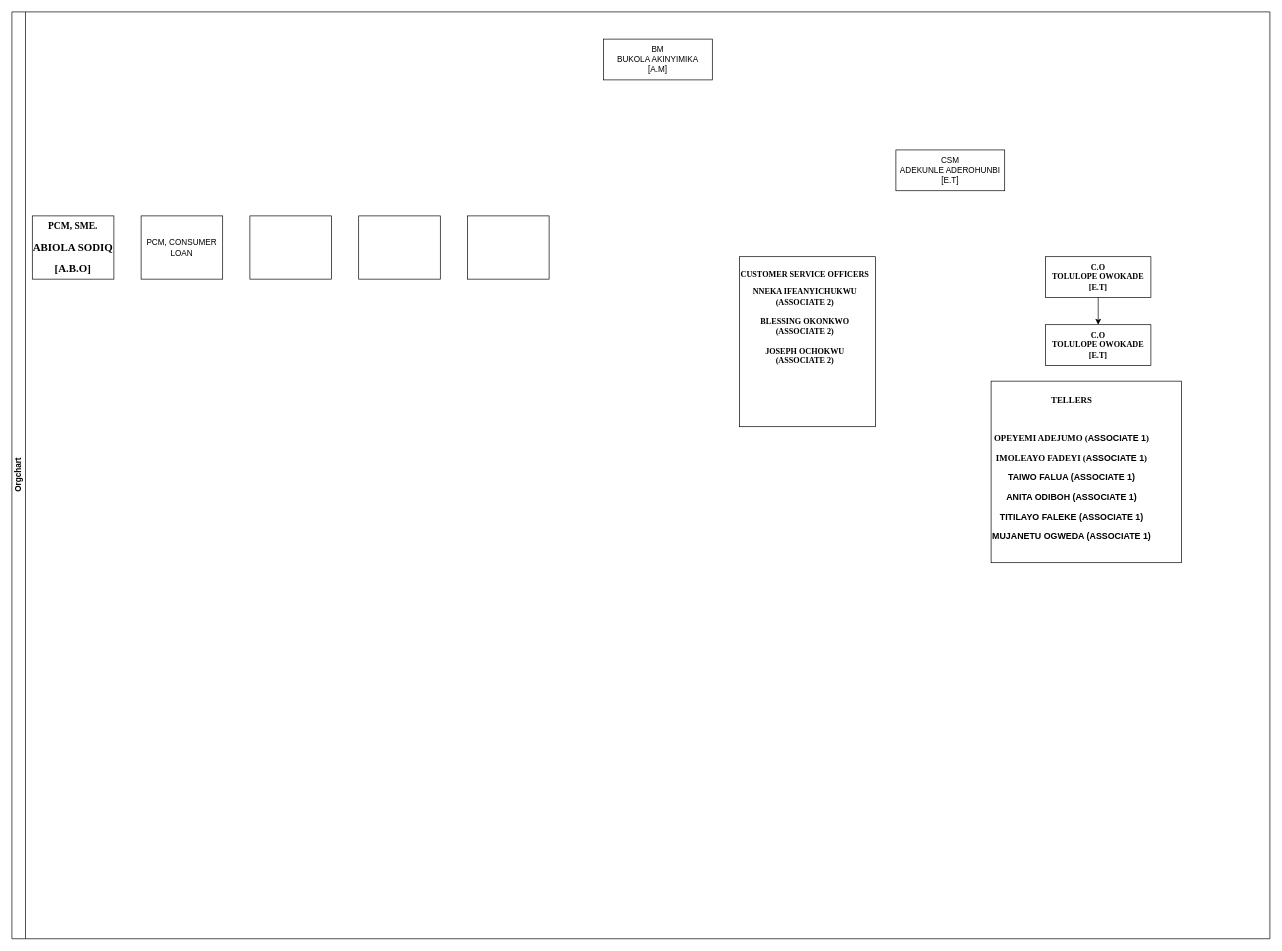
Earlier version of the draw.io diagram Untitled Diagram.drawio (1koder/1koder). Source tidied: cells renumbered, new cells numbered last; positions are measured from the earlier drawing's top-left corner, leaving out a move shared by most shapes. Both pictures are drawn from the tidied source at 68%, with x=0, y=0 at pixel (12, 12).
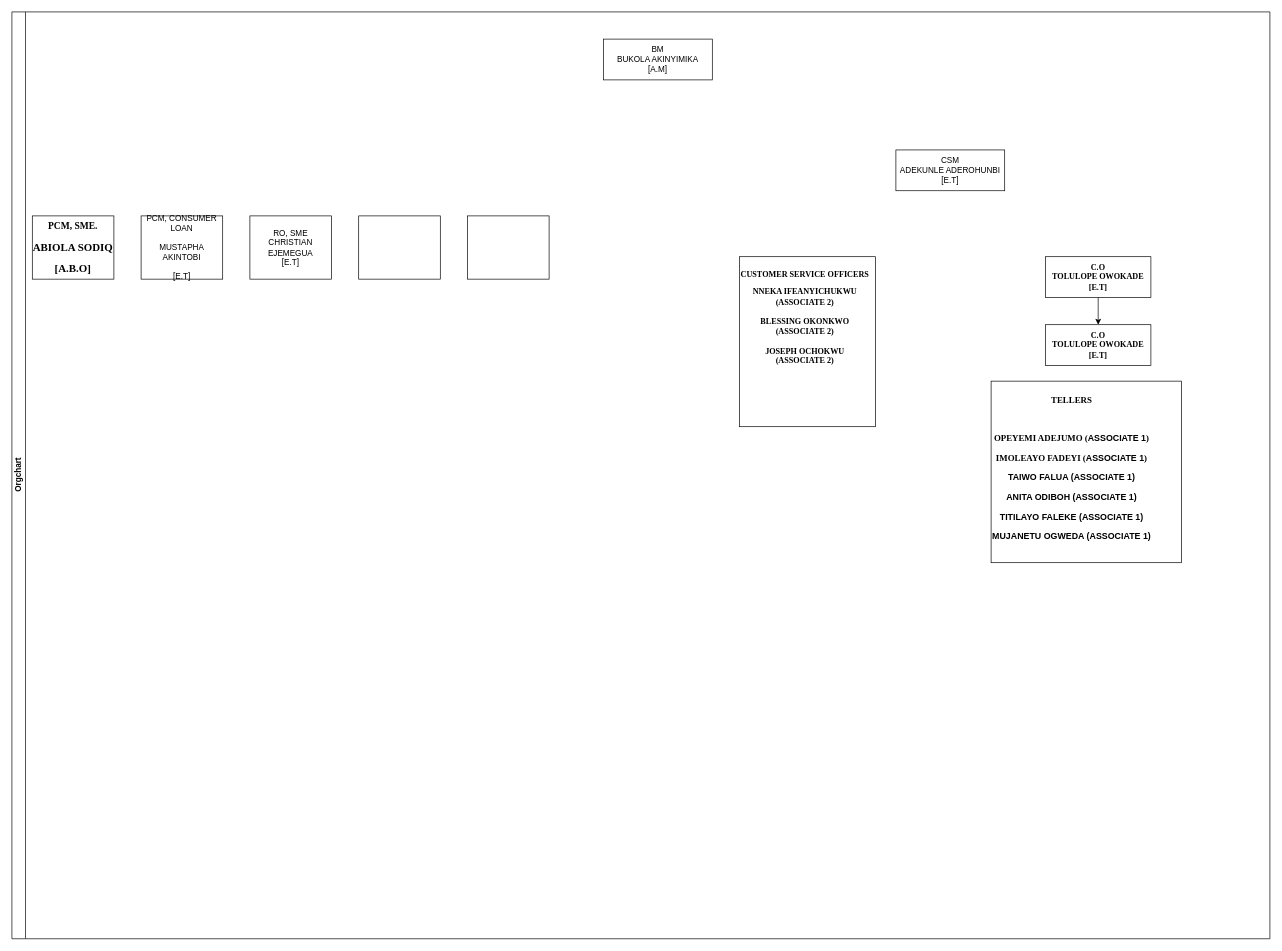
The same diagram, later.

The edit, as a diff of the source:
```diff
@@
 <mxGraphModel>
   <root>
     <mxCell id="0" />
     <mxCell id="1" parent="0" />
     <mxCell id="2" value="Orgchart" style="swimlane;html=1;startSize=20;horizontal=0;containerType=tree;glass=0;" parent="1" vertex="1">
       <mxGeometry width="1850" height="1363" as="geometry" />
     </mxCell>
     <mxCell id="3" value="BM&lt;br&gt;BUKOLA AKINYIMIKA&lt;br&gt;[A.M]" style="rounded=0;whiteSpace=wrap;html=1;" parent="2" vertex="1">
       <mxGeometry x="870" y="40" width="160" height="60" as="geometry" />
     </mxCell>
     <mxCell id="4" value="CSM&lt;br&gt;ADEKUNLE ADEROHUNBI&lt;br&gt;[E.T]" style="rounded=0;whiteSpace=wrap;html=1;" parent="2" vertex="1">
       <mxGeometry x="1300" y="203" width="160" height="60" as="geometry" />
     </mxCell>
     <mxCell id="5" value="&lt;p&gt;&lt;b&gt;&lt;font style=&quot;font-size: 14px;&quot; face=&quot;Times New Roman&quot;&gt;PCM, SME.&lt;br&gt;&lt;/font&gt;&lt;/b&gt;&lt;/p&gt;&lt;p&gt;&lt;b&gt;&lt;font size=&quot;3&quot; face=&quot;Times New Roman&quot;&gt;ABIOLA SODIQ&lt;br&gt;&lt;/font&gt;&lt;/b&gt;&lt;/p&gt;&lt;p&gt;&lt;b&gt;&lt;font size=&quot;3&quot; face=&quot;Times New Roman&quot;&gt;[A.B.O]&lt;/font&gt;&lt;/b&gt;&lt;/p&gt;&lt;p&gt;&lt;/p&gt;&lt;p&gt;&lt;/p&gt;" style="rounded=0;whiteSpace=wrap;html=1;" parent="2" vertex="1">
       <mxGeometry x="30" y="300" width="120" height="93" as="geometry" />
     </mxCell>
-    <mxCell id="6" value="PCM, CONSUMER LOAN" style="rounded=0;whiteSpace=wrap;html=1;" parent="2" vertex="1">
+    <mxCell id="6" value="PCM, CONSUMER LOAN&lt;br&gt;&lt;br&gt;MUSTAPHA AKINTOBI&lt;br&gt;&lt;br&gt;[E.T]" style="rounded=0;whiteSpace=wrap;html=1;" parent="2" vertex="1">
       <mxGeometry x="190" y="300" width="120" height="93" as="geometry" />
     </mxCell>
-    <mxCell id="7" style="rounded=0;whiteSpace=wrap;html=1;" parent="2" vertex="1">
+    <mxCell id="7" value="RO, SME&lt;br&gt;CHRISTIAN EJEMEGUA&lt;br&gt;[E.T]" style="rounded=0;whiteSpace=wrap;html=1;" parent="2" vertex="1">
       <mxGeometry x="350" y="300" width="120" height="93" as="geometry" />
     </mxCell>
     <mxCell id="8" style="rounded=0;whiteSpace=wrap;html=1;" parent="2" vertex="1">
       <mxGeometry x="510" y="300" width="120" height="93" as="geometry" />
     </mxCell>
     <mxCell id="9" style="rounded=0;whiteSpace=wrap;html=1;" parent="2" vertex="1">
       <mxGeometry x="670" y="300" width="120" height="93" as="geometry" />
     </mxCell>
     <mxCell id="10" value="&lt;p&gt;&lt;font face=&quot;Times New Roman&quot;&gt;&lt;b&gt;C.O&lt;br&gt;TOLULOPE OWOKADE&lt;br&gt;[E.T]&lt;/b&gt;&lt;/font&gt;&lt;/p&gt;" style="rounded=0;whiteSpace=wrap;html=1;" parent="2" vertex="1">
       <mxGeometry x="1520" y="360" width="155" height="60" as="geometry" />
     </mxCell>
     <mxCell id="11" value="&lt;p style=&quot;line-height: 120%;&quot;&gt;&lt;/p&gt;&lt;div style=&quot;line-height: 120%;&quot;&gt;&lt;p style=&quot;text-align: center;&quot;&gt;&lt;span style=&quot;font-family: &amp;quot;Times New Roman&amp;quot;; background-color: initial;&quot;&gt;&lt;b&gt;CUSTOMER SERVICE OFFICERS&lt;/b&gt;&lt;/span&gt;&lt;/p&gt;&lt;font face=&quot;Times New Roman&quot;&gt;&lt;div style=&quot;text-align: center;&quot;&gt;&lt;span style=&quot;background-color: initial;&quot;&gt;&lt;b&gt;NNEKA IFEANYICHUKWU&lt;/b&gt;&lt;/span&gt;&lt;/div&gt;&lt;/font&gt;&lt;/div&gt;&lt;div style=&quot;text-align: center; line-height: 120%;&quot;&gt;&lt;font face=&quot;Times New Roman&quot;&gt;&lt;b&gt;(ASSOCIATE 2)&lt;/b&gt;&lt;/font&gt;&lt;/div&gt;&lt;div style=&quot;text-align: center; line-height: 120%;&quot;&gt;&lt;font face=&quot;Times New Roman&quot;&gt;&lt;b&gt;&lt;br&gt;&lt;/b&gt;&lt;/font&gt;&lt;/div&gt;&lt;div style=&quot;text-align: center; line-height: 120%;&quot;&gt;&lt;font face=&quot;Times New Roman&quot;&gt;&lt;b&gt;BLESSING OKONKWO&lt;/b&gt;&lt;/font&gt;&lt;/div&gt;&lt;div style=&quot;line-height: 120%;&quot;&gt;&lt;div style=&quot;text-align: center;&quot;&gt;&lt;span style=&quot;font-family: &amp;quot;Times New Roman&amp;quot;; background-color: initial;&quot;&gt;&lt;b&gt;(ASSOCIATE 2)&lt;/b&gt;&lt;/span&gt;&lt;/div&gt;&lt;font face=&quot;Times New Roman&quot;&gt;&lt;div style=&quot;text-align: center;&quot;&gt;&lt;b&gt;&lt;br&gt;&lt;/b&gt;&lt;/div&gt;&lt;/font&gt;&lt;/div&gt;&lt;div style=&quot;text-align: center; line-height: 120%;&quot;&gt;&lt;font face=&quot;Times New Roman&quot;&gt;&lt;b&gt;JOSEPH OCHOKWU&lt;/b&gt;&lt;/font&gt;&lt;/div&gt;&lt;div style=&quot;text-align: center; line-height: 120%;&quot;&gt;&lt;font face=&quot;Times New Roman&quot;&gt;&lt;b&gt;(ASSOCIATE 2)&lt;/b&gt;&lt;/font&gt;&lt;/div&gt;&lt;p&gt;&lt;/p&gt;" style="rounded=0;whiteSpace=wrap;html=1;align=left;verticalAlign=top;" parent="2" vertex="1">
       <mxGeometry x="1070" y="360" width="200" height="250" as="geometry" />
     </mxCell>
     <mxCell id="12" style="edgeStyle=orthogonalEdgeStyle;rounded=0;jettySize=auto;html=1;" parent="2" edge="1" source="10" target="13">
       <mxGeometry relative="1" as="geometry" />
     </mxCell>
     <mxCell id="13" value="&lt;p&gt;&lt;font face=&quot;Times New Roman&quot;&gt;&lt;b&gt;C.O&lt;br&gt;TOLULOPE OWOKADE&lt;br&gt;[E.T]&lt;/b&gt;&lt;/font&gt;&lt;/p&gt;" style="rounded=0;whiteSpace=wrap;html=1;" parent="2" vertex="1">
       <mxGeometry x="1520" y="460" width="155" height="60" as="geometry" />
     </mxCell>
     <mxCell id="14" value="&lt;p style=&quot;line-height: 120%;&quot;&gt;&lt;/p&gt;&lt;div style=&quot;line-height: 120%; font-size: 13px;&quot;&gt;&lt;p style=&quot;text-align: center;&quot;&gt;&lt;font style=&quot;font-size: 13px;&quot; face=&quot;Times New Roman&quot;&gt;&lt;b&gt;TELLERS&lt;/b&gt;&lt;/font&gt;&lt;/p&gt;&lt;p style=&quot;text-align: center;&quot;&gt;&lt;font style=&quot;font-size: 13px;&quot; face=&quot;Times New Roman&quot;&gt;&lt;b&gt;&lt;br&gt;&lt;/b&gt;&lt;/font&gt;&lt;/p&gt;&lt;p style=&quot;text-align: center;&quot;&gt;&lt;b&gt;&lt;font style=&quot;font-size: 13px;&quot; face=&quot;Times New Roman&quot;&gt;OPEYEMI ADEJUMO (&lt;/font&gt;ASSOCIATE 1&lt;font style=&quot;font-size: 13px;&quot; face=&quot;Times New Roman&quot;&gt;)&lt;/font&gt;&lt;/b&gt;&lt;/p&gt;&lt;p style=&quot;text-align: center;&quot;&gt;&lt;b&gt;&lt;font style=&quot;font-size: 13px;&quot; face=&quot;Times New Roman&quot;&gt;IMOLEAYO FADEYI (&lt;/font&gt;ASSOCIATE 1&lt;font style=&quot;font-size: 13px;&quot; face=&quot;Times New Roman&quot;&gt;)&lt;/font&gt;&lt;/b&gt;&lt;/p&gt;&lt;p style=&quot;text-align: center;&quot;&gt;&lt;b&gt;TAIWO FALUA (ASSOCIATE 1)&lt;/b&gt;&lt;/p&gt;&lt;p style=&quot;text-align: center;&quot;&gt;&lt;b&gt;ANITA ODIBOH (ASSOCIATE 1)&lt;/b&gt;&lt;/p&gt;&lt;p style=&quot;text-align: center;&quot;&gt;&lt;b&gt;TITILAYO FALEKE (ASSOCIATE 1)&lt;/b&gt;&lt;/p&gt;&lt;p style=&quot;text-align: center;&quot;&gt;&lt;b&gt;MUJANETU OGWEDA (ASSOCIATE 1)&lt;/b&gt;&lt;/p&gt;&lt;/div&gt;&lt;p&gt;&lt;/p&gt;" style="rounded=0;whiteSpace=wrap;html=1;align=left;verticalAlign=top;" parent="2" vertex="1">
       <mxGeometry x="1440" y="543" width="280" height="267" as="geometry" />
     </mxCell>
   </root>
 </mxGraphModel>
```
